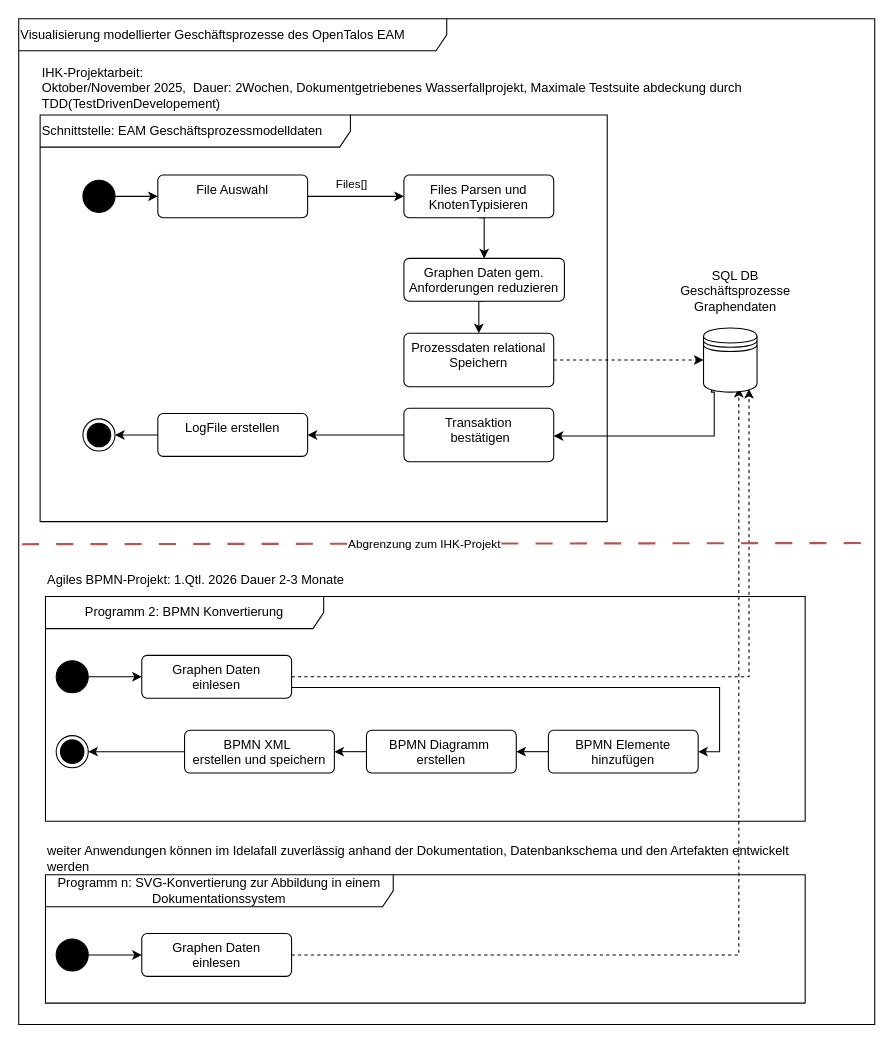
Before: projekt_ress/antrag/IHK-Projektantrag-V2_NeuerAnsatz.drawio in cjanta/ap2, a draw.io diagram. Source tidied: cells renumbered, new cells numbered last; positions are measured from the earlier drawing's top-left corner, leaving out a move shared by most shapes. Both pictures are drawn from the tidied source at 107%, with x=0, y=0 at pixel (18, 18).
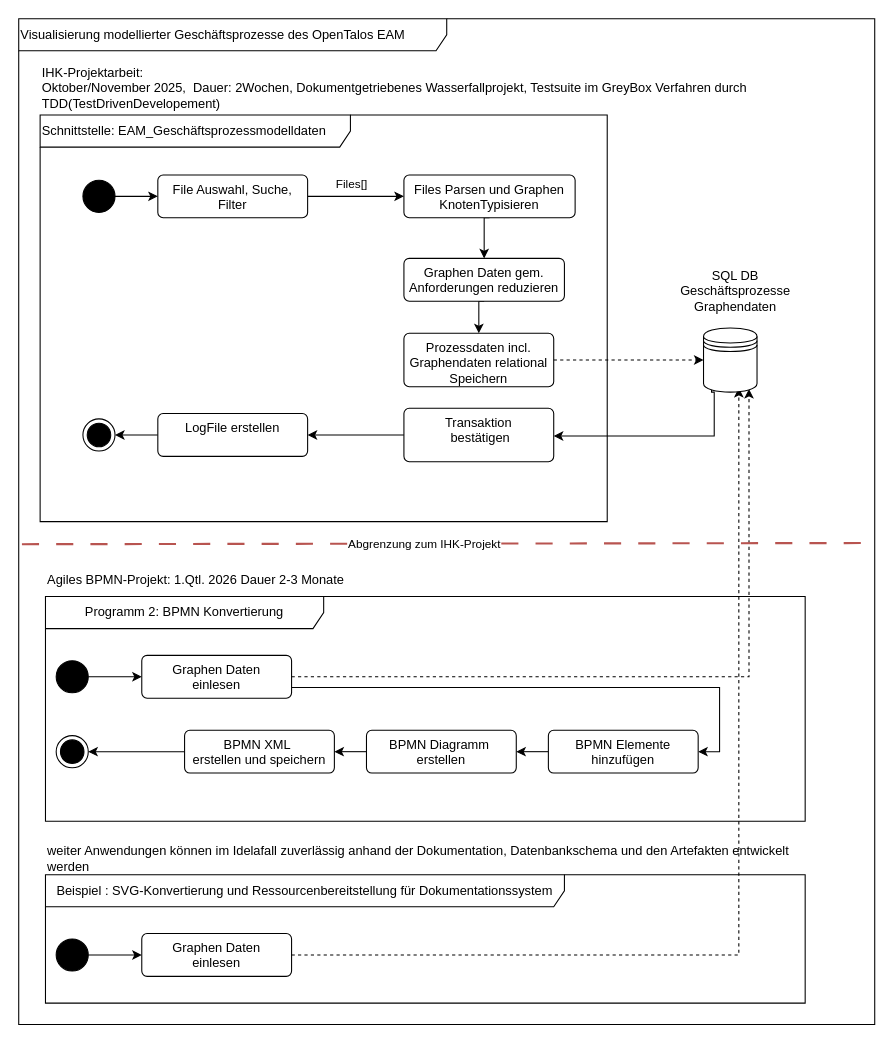
The same page after the edit.

The change refers to these unchanged cells:
```xml
<mxCell id="2" value="Visualisierung modellierter Geschäftsprozesse des OpenTalos EAM" style="shape=umlFrame;whiteSpace=wrap;html=1;width=400;height=30;align=left;" parent="1" vertex="1">
  <mxGeometry width="800" height="940" as="geometry" />
</mxCell>
```

The edit, as a diff of the source:
```diff
@@
-    <mxCell id="15" value="Programm n: SVG-Konvertierung zur Abbildung in einem Dokumentationssystem" style="shape=umlFrame;whiteSpace=wrap;html=1;width=325;height=30;" parent="2" vertex="1">
+    <mxCell id="15" value="Beispiel : SVG-Konvertierung und Ressourcenbereitstellung für Dokumentationssystem" style="shape=umlFrame;whiteSpace=wrap;html=1;width=485;height=30;" parent="2" vertex="1">
       <mxGeometry x="25" y="800" width="710" height="120" as="geometry" />
     </mxCell>
@@
-    <mxCell id="20" value="Schnittstelle: EAM Geschäftsprozessmodelldaten" style="shape=umlFrame;whiteSpace=wrap;html=1;width=290;height=30;align=left;" parent="2" vertex="1">
+    <mxCell id="20" value="Schnittstelle: EAM_Geschäftsprozessmodelldaten" style="shape=umlFrame;whiteSpace=wrap;html=1;width=290;height=30;align=left;" parent="2" vertex="1">
       <mxGeometry x="20" y="90" width="530" height="380" as="geometry" />
     </mxCell>
@@
-    <mxCell id="23" value="File Auswahl" style="html=1;align=center;verticalAlign=top;rounded=1;absoluteArcSize=1;arcSize=10;dashed=0;whiteSpace=wrap;" parent="20" vertex="1">
+    <mxCell id="23" value="File Auswahl, Suche, Filter" style="html=1;align=center;verticalAlign=top;rounded=1;absoluteArcSize=1;arcSize=10;dashed=0;whiteSpace=wrap;" parent="20" vertex="1">
       <mxGeometry x="110" y="56" width="140" height="40" as="geometry" />
     </mxCell>
@@
-    <mxCell id="25" value="Files Parsen und KnotenTypisieren" style="html=1;align=center;verticalAlign=top;rounded=1;absoluteArcSize=1;arcSize=10;dashed=0;whiteSpace=wrap;" parent="20" vertex="1">
-      <mxGeometry x="340" y="56" width="140" height="40" as="geometry" />
+    <mxCell id="25" value="Files Parsen und Graphen KnotenTypisieren" style="html=1;align=center;verticalAlign=top;rounded=1;absoluteArcSize=1;arcSize=10;dashed=0;whiteSpace=wrap;" parent="20" vertex="1">
+      <mxGeometry x="340" y="56" width="160" height="40" as="geometry" />
     </mxCell>
@@
-    <mxCell id="30" value="Prozessdaten relational Speichern" style="html=1;align=center;verticalAlign=top;rounded=1;absoluteArcSize=1;arcSize=10;dashed=0;whiteSpace=wrap;" parent="20" vertex="1">
+    <mxCell id="30" value="Prozessdaten incl. Graphendaten relational Speichern" style="html=1;align=center;verticalAlign=top;rounded=1;absoluteArcSize=1;arcSize=10;dashed=0;whiteSpace=wrap;" parent="20" vertex="1">
       <mxGeometry x="340" y="204" width="140" height="50" as="geometry" />
     </mxCell>
@@
-    <mxCell id="37" value="IHK-Projektarbeit: &lt;br&gt;Oktober/November 2025,&amp;nbsp; Dauer: 2Wochen, Dokumentgetriebenes Wasserfallprojekt, Maximale Testsuite abdeckung durch TDD(TestDrivenDevelopement)" style="text;html=1;align=left;verticalAlign=middle;whiteSpace=wrap;rounded=0;" parent="2" vertex="1">
+    <mxCell id="37" value="IHK-Projektarbeit: &lt;br&gt;Oktober/November 2025,&amp;nbsp; Dauer: 2Wochen, Dokumentgetriebenes Wasserfallprojekt, Testsuite im GreyBox Verfahren durch TDD(TestDrivenDevelopement)" style="text;html=1;align=left;verticalAlign=middle;whiteSpace=wrap;rounded=0;" parent="2" vertex="1">
       <mxGeometry x="20" y="40" width="730" height="50" as="geometry" />
     </mxCell>
```
